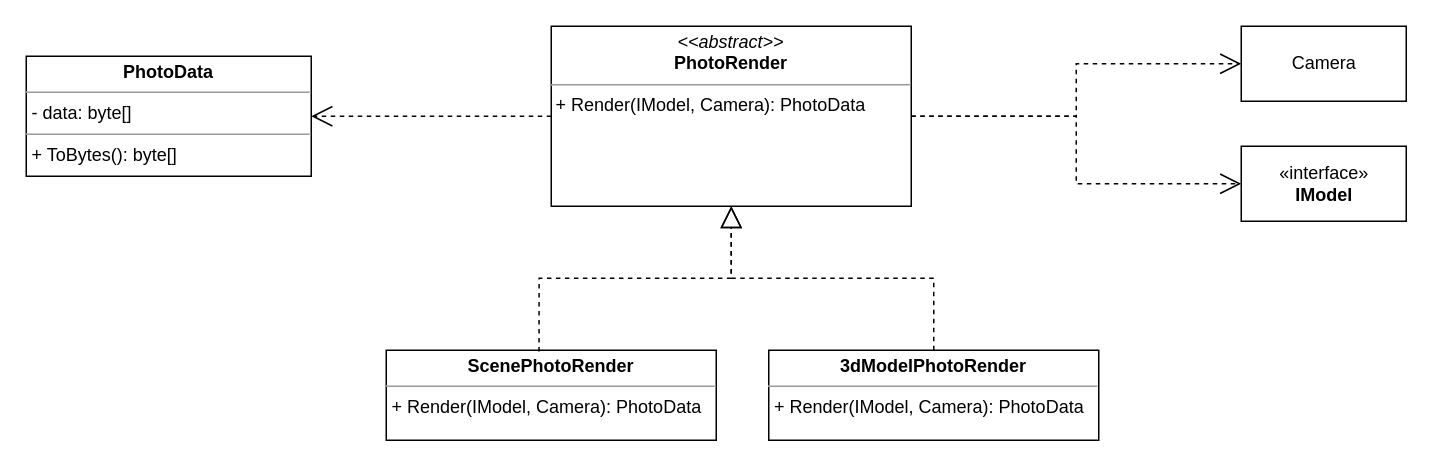
Earlier version of the draw.io diagram page "PhotoRendering" (5 of 5) of module_2/Classes.drawio (SheinEA/gb_architect). Source tidied: cells renumbered, new cells numbered last; positions are measured from the earlier drawing's top-left corner, leaving out a move shared by most shapes. Both pictures are drawn from the tidied source at 150%, with x=0, y=0 at pixel (26, 26).
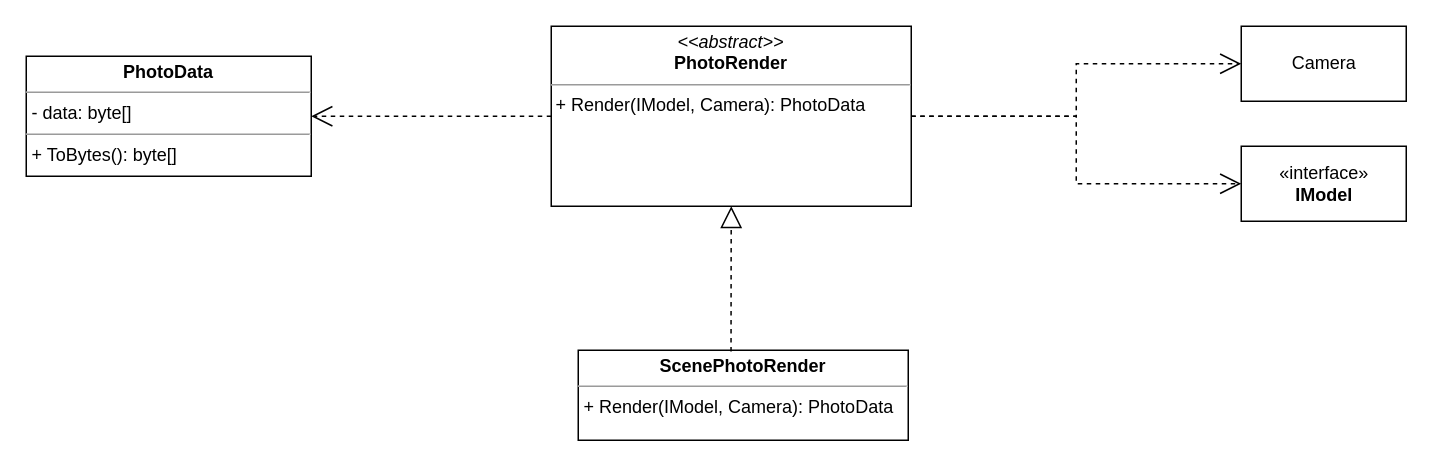
The same page after the edit.

What changed in the source:
```diff
@@
 <mxGraphModel>
   <root>
     <mxCell id="0" />
     <mxCell id="1" parent="0" />
     <mxCell id="2" value="&lt;p style=&quot;margin: 0px ; margin-top: 4px ; text-align: center&quot;&gt;&lt;i&gt;&amp;lt;&amp;lt;abstract&amp;gt;&amp;gt;&lt;/i&gt;&lt;br&gt;&lt;b&gt;PhotoRender&lt;/b&gt;&lt;/p&gt;&lt;hr size=&quot;1&quot;&gt;&amp;nbsp;&lt;span&gt;+ Render(IModel, Camera): PhotoData&lt;/span&gt;" style="verticalAlign=top;align=left;overflow=fill;fontSize=12;fontFamily=Helvetica;html=1;" parent="1" vertex="1">
       <mxGeometry x="350" width="240" height="120" as="geometry" />
     </mxCell>
     <mxCell id="3" value="&lt;p style=&quot;margin: 0px ; margin-top: 4px ; text-align: center&quot;&gt;&lt;b&gt;ScenePhotoRender&lt;/b&gt;&lt;br&gt;&lt;/p&gt;&lt;hr size=&quot;1&quot;&gt;&lt;p style=&quot;margin: 0px ; margin-left: 4px&quot;&gt;+ Render(IModel, Camera): PhotoData&lt;br&gt;&lt;/p&gt;" style="verticalAlign=top;align=left;overflow=fill;fontSize=12;fontFamily=Helvetica;html=1;" parent="1" vertex="1">
-      <mxGeometry x="240" y="216" width="220" height="60" as="geometry" />
+      <mxGeometry x="368" y="216" width="220" height="60" as="geometry" />
     </mxCell>
-    <mxCell id="4" value="&lt;p style=&quot;margin: 0px ; margin-top: 4px ; text-align: center&quot;&gt;&lt;b&gt;3dModelPhotoRender&lt;/b&gt;&lt;br&gt;&lt;/p&gt;&lt;hr size=&quot;1&quot;&gt;&lt;p style=&quot;margin: 0px ; margin-left: 4px&quot;&gt;+ Render(IModel, Camera): PhotoData&lt;br&gt;&lt;/p&gt;" style="verticalAlign=top;align=left;overflow=fill;fontSize=12;fontFamily=Helvetica;html=1;" parent="1" vertex="1">
-      <mxGeometry x="495" y="216" width="220" height="60" as="geometry" />
-    </mxCell>
     <mxCell id="5" style="endArrow=block;dashed=1;endFill=0;endSize=12;html=1;entryX=0.5;entryY=1;entryDx=0;entryDy=0;exitX=0.463;exitY=0.013;exitDx=0;exitDy=0;exitPerimeter=0;edgeStyle=orthogonalEdgeStyle;rounded=0;" parent="1" edge="1" source="3" target="2">
       <mxGeometry relative="1" as="geometry" />
     </mxCell>
-    <mxCell id="6" style="endArrow=block;dashed=1;endFill=0;endSize=12;html=1;exitX=0.5;exitY=0;exitDx=0;exitDy=0;edgeStyle=orthogonalEdgeStyle;rounded=0;" parent="1" edge="1" source="4" target="2">
-      <mxGeometry relative="1" as="geometry" />
-    </mxCell>
     <mxCell id="7" value="«interface»&lt;br&gt;&lt;b&gt;IModel&lt;/b&gt;" style="html=1;" parent="1" vertex="1">
       <mxGeometry x="810" y="80" width="110" height="50" as="geometry" />
     </mxCell>
     <mxCell id="8" style="endArrow=open;endFill=1;endSize=12;html=1;edgeStyle=orthogonalEdgeStyle;rounded=0;dashed=1;" parent="1" edge="1" source="2" target="7">
       <mxGeometry relative="1" as="geometry" />
     </mxCell>
     <mxCell id="9" value="&lt;p style=&quot;margin: 0px ; margin-top: 4px ; text-align: center&quot;&gt;&lt;b&gt;PhotoData&lt;/b&gt;&lt;/p&gt;&lt;hr size=&quot;1&quot;&gt;&lt;p style=&quot;margin: 0px ; margin-left: 4px&quot;&gt;- data: byte[]&lt;/p&gt;&lt;hr size=&quot;1&quot;&gt;&lt;p style=&quot;margin: 0px ; margin-left: 4px&quot;&gt;+ ToBytes(): byte[]&lt;/p&gt;" style="verticalAlign=top;align=left;overflow=fill;fontSize=12;fontFamily=Helvetica;html=1;" parent="1" vertex="1">
       <mxGeometry y="20" width="190" height="80" as="geometry" />
     </mxCell>
     <mxCell id="10" style="endArrow=open;endFill=1;endSize=12;html=1;edgeStyle=orthogonalEdgeStyle;rounded=0;dashed=1;" parent="1" edge="1" source="2" target="9">
       <mxGeometry relative="1" as="geometry" />
     </mxCell>
     <mxCell id="11" value="Camera" style="html=1;" parent="1" vertex="1">
       <mxGeometry x="810" width="110" height="50" as="geometry" />
     </mxCell>
     <mxCell id="12" style="endArrow=open;endFill=1;endSize=12;html=1;edgeStyle=orthogonalEdgeStyle;rounded=0;dashed=1;entryX=0;entryY=0.5;entryDx=0;entryDy=0;" parent="1" edge="1" source="2" target="11">
       <mxGeometry relative="1" as="geometry" />
     </mxCell>
   </root>
 </mxGraphModel>
```
